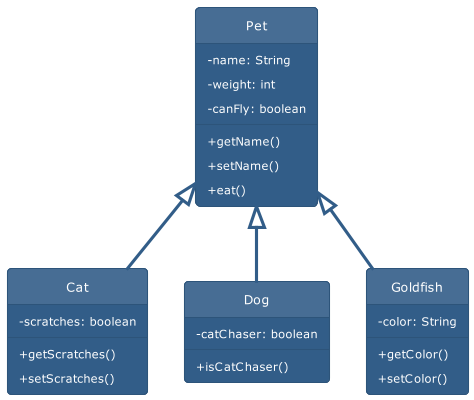
upyesp/upyesp.org keeps this PlantUML diagram as public/images/example_class_diagram.png. Above is the earlier version.
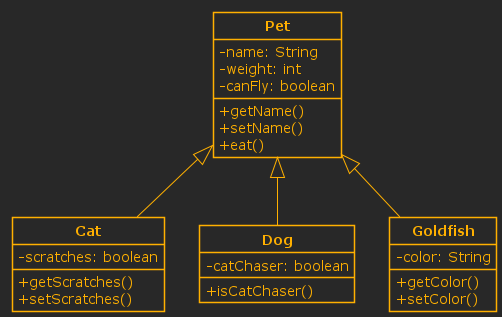
Above is the later version.

Commit message:
updated plantuml post with better code & comments

Diff of the diagram source:
```diff
@@ -1,9 +1,14 @@
 @startuml example_class_diagram
-!theme sandstone
+
+
+!theme crt-amber
+
 hide circle
+
 skinparam classAttributeIconSize 0
 
-class Pet {
+
+class Pet as "**Pet**" {
   -name: String
   -weight: int
   -canFly: boolean
@@ -12,18 +17,18 @@
   +eat()
 }
 
-class Cat {
+class Cat as "**Cat**"{
   -scratches: boolean
   +getScratches()
   +setScratches()
 }
 
-class Dog {
+class Dog as "**Dog**" {
   -catChaser: boolean
   +isCatChaser()
 }
 
-class Goldfish {
+class Goldfish as "**Goldfish**" {
   -color: String
   +getColor()
   +setColor()
@@ -31,6 +36,6 @@
 
 Pet <|-- Cat
 Pet <|-- Dog
-Pet <|-- Goldfish
+class Goldfish extends Pet
 
 @enduml
```
